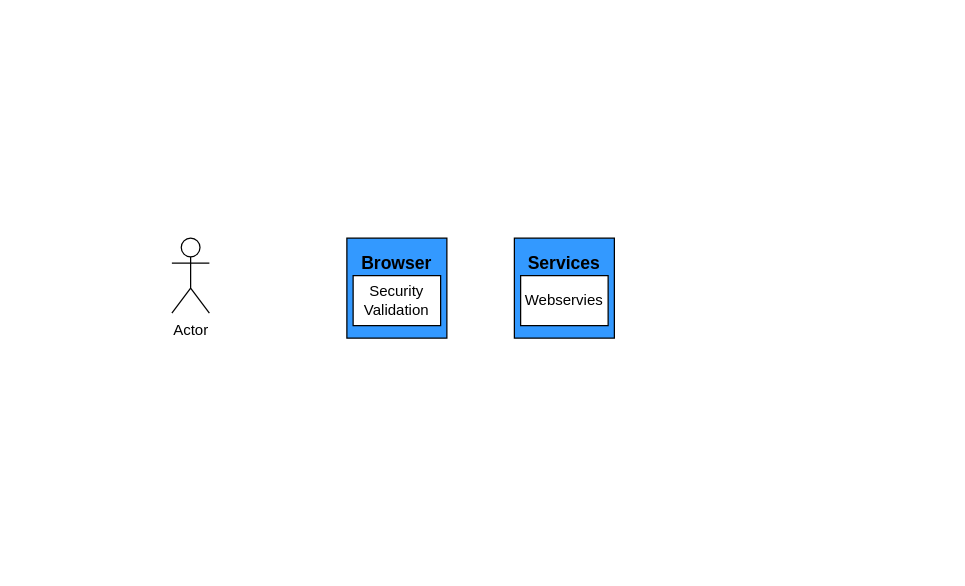
The draw.io diagram Untitled Diagram.drawio in velskii/justfun, before the edit. Source tidied: cells renumbered, new cells numbered last; positions are measured from the earlier drawing's top-left corner, leaving out a move shared by most shapes. Both pictures are drawn from the tidied source at 125%, with x=0, y=0 at pixel (171, 238).
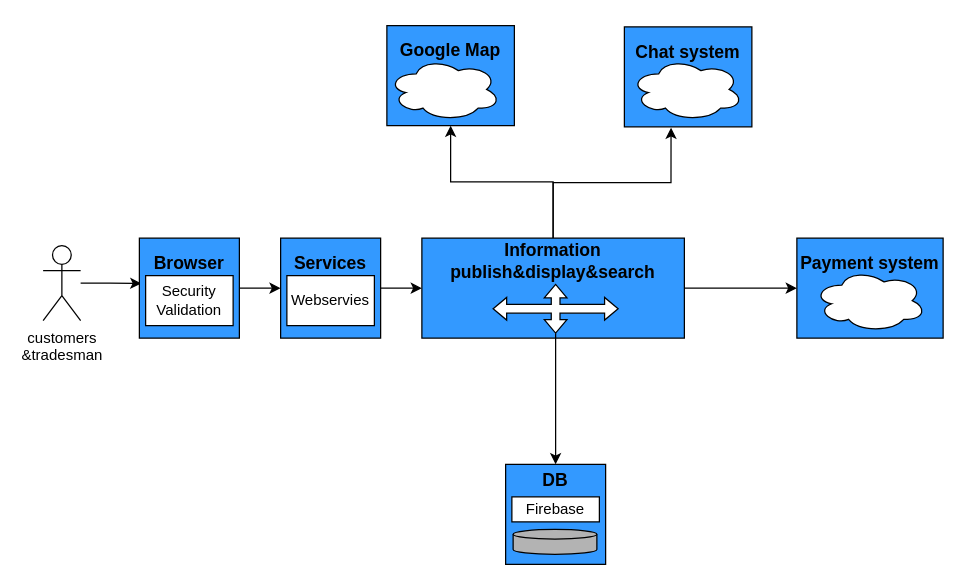
The same page after the edit.

The edit, as a diff of the source:
```diff
@@
+    <mxCell id="7" style="edgeStyle=orthogonalEdgeStyle;rounded=0;jettySize=auto;html=1;entryX=0.02;entryY=0.453;entryDx=0;entryDy=0;entryPerimeter=0;" parent="1" edge="1" source="2" target="3">
+      <mxGeometry relative="1" as="geometry" />
+    </mxCell>
-    <mxCell id="2" value="Actor" style="shape=umlActor;verticalLabelPosition=bottom;verticalAlign=top;html=1;outlineConnect=0;" parent="1" vertex="1">
-      <mxGeometry width="30" height="60" as="geometry" />
+    <mxCell id="2" value="customers&lt;br&gt;&amp;amp;tradesman" style="shape=umlActor;verticalLabelPosition=bottom;verticalAlign=top;html=1;outlineConnect=0;" parent="1" vertex="1">
+      <mxGeometry x="-103" y="6" width="30" height="60" as="geometry" />
     </mxCell>
+    <mxCell id="8" style="edgeStyle=orthogonalEdgeStyle;rounded=0;jettySize=auto;html=1;entryX=0;entryY=0.5;entryDx=0;entryDy=0;" parent="1" edge="1" source="3" target="5">
+      <mxGeometry relative="1" as="geometry" />
+    </mxCell>
     <mxCell id="3" value="&lt;h3&gt;Browser&lt;/h3&gt;" style="whiteSpace=wrap;html=1;fillColor=#3399FF;spacingBottom=41;" parent="1" vertex="1">
-      <mxGeometry x="140" width="80" height="80" as="geometry" />
+      <mxGeometry x="-26" width="80" height="80" as="geometry" />
     </mxCell>
     <mxCell id="4" value="Security&lt;br&gt;Validation" style="rounded=0;whiteSpace=wrap;html=1;" parent="1" vertex="1">
-      <mxGeometry x="145" y="30" width="70" height="40" as="geometry" />
+      <mxGeometry x="-21" y="30" width="70" height="40" as="geometry" />
     </mxCell>
+    <mxCell id="9" style="edgeStyle=orthogonalEdgeStyle;rounded=0;jettySize=auto;html=1;exitX=1;exitY=0.5;exitDx=0;exitDy=0;entryX=0;entryY=0.5;entryDx=0;entryDy=0;" parent="1" edge="1" source="5" target="13">
+      <mxGeometry relative="1" as="geometry" />
+    </mxCell>
     <mxCell id="5" value="&lt;h3&gt;Services&lt;/h3&gt;" style="whiteSpace=wrap;html=1;fillColor=#3399FF;spacingBottom=41;" parent="1" vertex="1">
-      <mxGeometry x="274" width="80" height="80" as="geometry" />
+      <mxGeometry x="87" width="80" height="80" as="geometry" />
     </mxCell>
     <mxCell id="6" value="Webservies" style="rounded=0;whiteSpace=wrap;html=1;" parent="1" vertex="1">
-      <mxGeometry x="279" y="30" width="70" height="40" as="geometry" />
+      <mxGeometry x="92" y="30" width="70" height="40" as="geometry" />
     </mxCell>
+    <mxCell id="10" style="edgeStyle=orthogonalEdgeStyle;rounded=0;jettySize=auto;html=1;entryX=0.5;entryY=1;entryDx=0;entryDy=0;" parent="1" edge="1" source="13" target="17">
+      <mxGeometry relative="1" as="geometry" />
+    </mxCell>
+    <mxCell id="11" style="edgeStyle=orthogonalEdgeStyle;rounded=0;jettySize=auto;html=1;entryX=0.366;entryY=1.008;entryDx=0;entryDy=0;entryPerimeter=0;" parent="1" edge="1" source="13" target="19">
+      <mxGeometry relative="1" as="geometry" />
+    </mxCell>
+    <mxCell id="12" style="edgeStyle=orthogonalEdgeStyle;rounded=0;jettySize=auto;html=1;entryX=0;entryY=0.5;entryDx=0;entryDy=0;" parent="1" edge="1" source="13" target="18">
+      <mxGeometry relative="1" as="geometry" />
+    </mxCell>
+    <mxCell id="13" value="&lt;h3&gt;Information publish&amp;amp;display&amp;amp;search&lt;/h3&gt;" style="whiteSpace=wrap;html=1;fillColor=#3399FF;spacingBottom=45;" parent="1" vertex="1">
+      <mxGeometry x="200" width="210" height="80" as="geometry" />
+    </mxCell>
+    <mxCell id="14" value="&lt;h3&gt;DB&lt;/h3&gt;&lt;div&gt;&lt;br&gt;&lt;/div&gt;" style="whiteSpace=wrap;html=1;fillColor=#3399FF;spacingBottom=41;" parent="1" vertex="1">
+      <mxGeometry x="267" y="181" width="80" height="80" as="geometry" />
+    </mxCell>
+    <mxCell id="15" value="Firebase" style="rounded=0;whiteSpace=wrap;html=1;" parent="1" vertex="1">
+      <mxGeometry x="272" y="207" width="70" height="20" as="geometry" />
+    </mxCell>
+    <mxCell id="16" style="shape=cylinder3;whiteSpace=wrap;html=1;boundedLbl=1;backgroundOutline=1;size=3.857142857142833;labelBackgroundColor=#FFFFFF;fillColor=#B3B3B3;" parent="1" vertex="1">
+      <mxGeometry x="273" y="233" width="67" height="20" as="geometry" />
+    </mxCell>
+    <mxCell id="17" value="&lt;h3&gt;Google Map&lt;/h3&gt;" style="whiteSpace=wrap;html=1;fillColor=#3399FF;spacingBottom=41;" parent="1" vertex="1">
+      <mxGeometry x="172" y="-170" width="102" height="80" as="geometry" />
+    </mxCell>
+    <mxCell id="18" value="&lt;h3&gt;Payment system&lt;/h3&gt;" style="whiteSpace=wrap;html=1;fillColor=#3399FF;spacingBottom=41;" parent="1" vertex="1">
+      <mxGeometry x="500" width="117" height="80" as="geometry" />
+    </mxCell>
+    <mxCell id="19" value="&lt;h3&gt;Chat system&lt;/h3&gt;" style="whiteSpace=wrap;html=1;fillColor=#3399FF;spacingBottom=41;" parent="1" vertex="1">
+      <mxGeometry x="362" y="-169" width="102" height="80" as="geometry" />
+    </mxCell>
+    <mxCell id="20" style="edgeStyle=orthogonalEdgeStyle;rounded=0;jettySize=auto;html=1;entryX=0.5;entryY=0;entryDx=0;entryDy=0;" parent="1" edge="1" source="21" target="14">
+      <mxGeometry relative="1" as="geometry" />
+    </mxCell>
+    <mxCell id="21" style="html=1;shadow=0;dashed=0;align=center;verticalAlign=middle;shape=mxgraph.arrows2.quadArrow;dy=3.5;dx=10.83;notch=24;arrowHead=5.57;labelBackgroundColor=#FFFFFF;fillColor=#FFFFFF;" parent="1" vertex="1">
+      <mxGeometry x="257" y="37" width="100" height="39" as="geometry" />
+    </mxCell>
+    <mxCell id="22" style="ellipse;shape=cloud;whiteSpace=wrap;html=1;labelBackgroundColor=#FFFFFF;fillColor=#FFFFFF;" parent="1" vertex="1">
+      <mxGeometry x="173" y="-144" width="90" height="50" as="geometry" />
+    </mxCell>
+    <mxCell id="23" style="ellipse;shape=cloud;whiteSpace=wrap;html=1;labelBackgroundColor=#FFFFFF;fillColor=#FFFFFF;" parent="1" vertex="1">
+      <mxGeometry x="367" y="-144" width="90" height="50" as="geometry" />
+    </mxCell>
+    <mxCell id="24" style="ellipse;shape=cloud;whiteSpace=wrap;html=1;labelBackgroundColor=#FFFFFF;fillColor=#FFFFFF;" parent="1" vertex="1">
+      <mxGeometry x="513.5" y="25" width="90" height="50" as="geometry" />
+    </mxCell>
```
